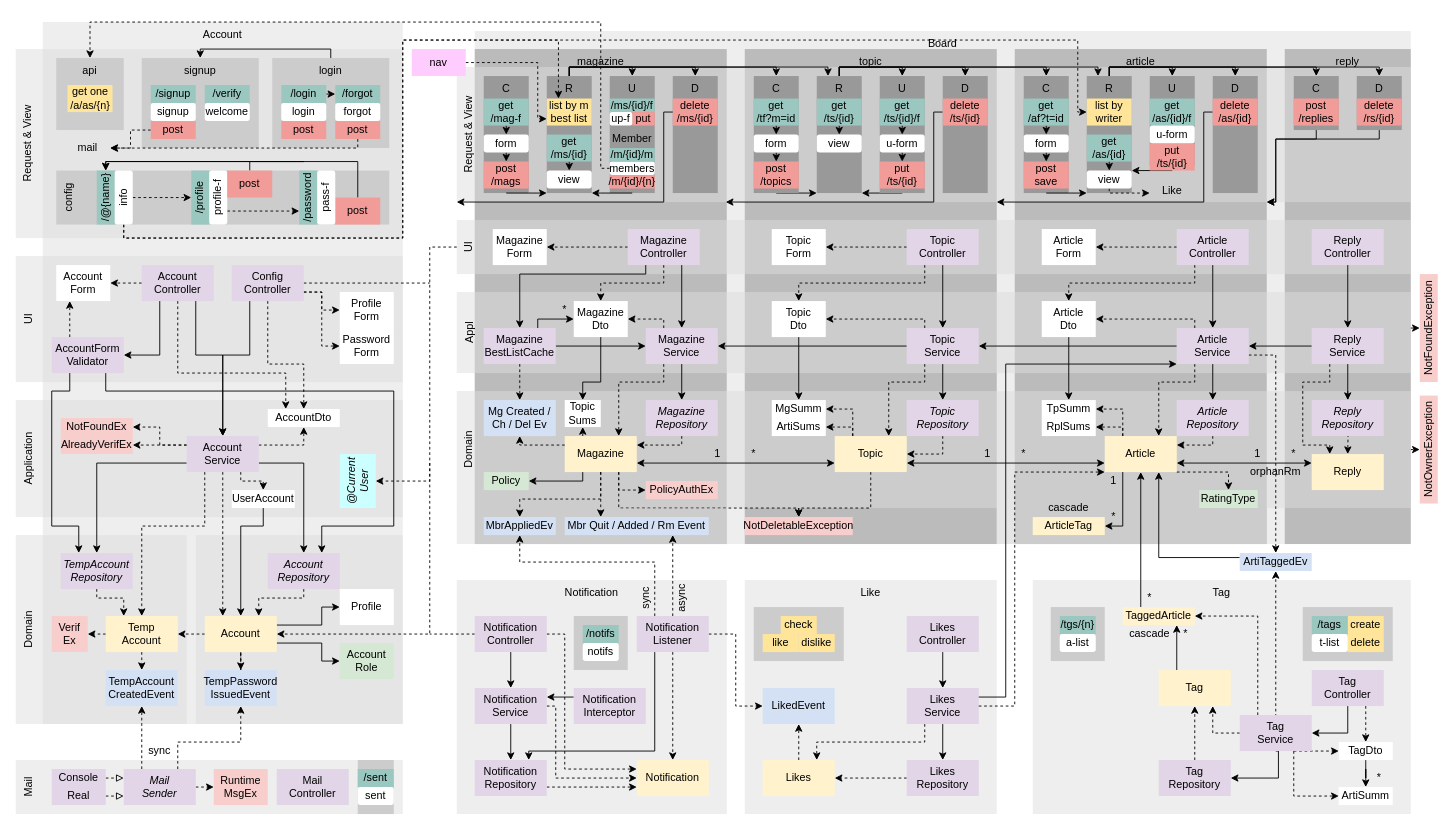
Above: diagram.drawio in suloginscene/dinner (draw.io), before the change. Source tidied: cells renumbered, new cells numbered last; positions are measured from the earlier drawing's top-left corner, leaving out a move shared by most shapes. Both pictures are drawn from the tidied source at 90%, with x=0, y=0 at pixel (15, 22).
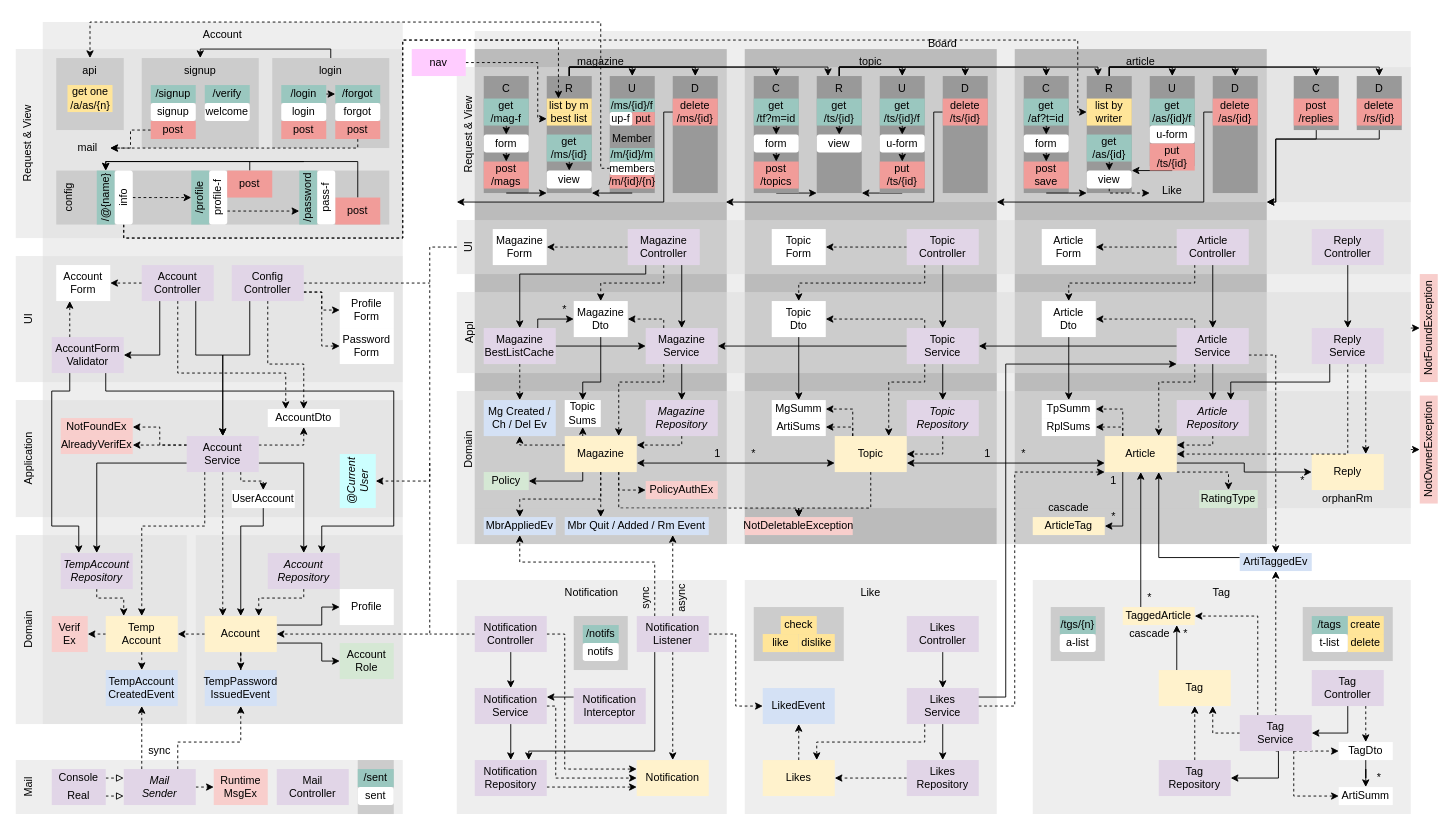
Above is the later version.

The change refers to these unchanged cells:
```xml
<mxCell id="161" value="Article&lt;br&gt;Service" style="rounded=0;whiteSpace=wrap;html=1;strokeColor=none;fillColor=#E1D5E7;" parent="1" vertex="1">
  <mxGeometry x="1290" y="340" width="80" height="40" as="geometry" />
</mxCell>
<mxCell id="163" value="&lt;span&gt;Article&lt;br&gt;&lt;/span&gt;Repository" style="rounded=0;whiteSpace=wrap;html=1;strokeColor=none;fontStyle=2;fillColor=#E1D5E7;" parent="1" vertex="1">
  <mxGeometry x="1290" y="420" width="80" height="40" as="geometry" />
</mxCell>
<mxCell id="168" value="Article" style="rounded=0;whiteSpace=wrap;html=1;strokeColor=none;fillColor=#FFF2CC;" parent="1" vertex="1">
  <mxGeometry x="1210" y="460" width="80" height="40" as="geometry" />
</mxCell>
<mxCell id="224" value="Reply" style="rounded=0;whiteSpace=wrap;html=1;strokeColor=none;fillColor=#FFF2CC;" parent="1" vertex="1">
  <mxGeometry x="1440" y="480" width="80" height="40" as="geometry" />
</mxCell>
<mxCell id="233" value="Reply&lt;br&gt;Service" style="rounded=0;whiteSpace=wrap;html=1;strokeColor=none;fillColor=#E1D5E7;" parent="1" vertex="1">
  <mxGeometry x="1440" y="340" width="80" height="40" as="geometry" />
</mxCell>
```

What changed in the source:
```diff
@@
-    <mxCell id="3" value="reply" style="rounded=0;whiteSpace=wrap;html=1;verticalAlign=top;strokeColor=none;fillColor=#BBBBBB;" parent="1" vertex="1">
-      <mxGeometry x="1410" y="30" width="140" height="550" as="geometry" />
-    </mxCell>
@@
+    <mxCell id="393" style="edgeStyle=orthogonalEdgeStyle;rounded=0;jettySize=auto;html=1;exitX=1;exitY=0.75;exitDx=0;exitDy=0;startArrow=none;startFill=0;" parent="1" edge="1" source="168" target="224">
+      <mxGeometry relative="1" as="geometry" />
+    </mxCell>
@@
-    <mxCell id="223" style="edgeStyle=orthogonalEdgeStyle;rounded=0;jettySize=auto;html=1;exitX=0;exitY=0.25;exitDx=0;exitDy=0;entryX=1;entryY=0.75;entryDx=0;entryDy=0;startArrow=classic;startFill=1;" parent="1" edge="1" source="224" target="168">
-      <mxGeometry relative="1" as="geometry" />
-    </mxCell>
@@
-    <mxCell id="225" style="edgeStyle=orthogonalEdgeStyle;rounded=0;jettySize=auto;html=1;exitX=0.5;exitY=1;exitDx=0;exitDy=0;entryX=0.5;entryY=0;entryDx=0;entryDy=0;dashed=1;" parent="1" edge="1" target="224">
-      <mxGeometry relative="1" as="geometry">
-        <mxPoint x="1480" y="410" as="sourcePoint" />
-      </mxGeometry>
-    </mxCell>
-    <mxCell id="226" value="&lt;span&gt;Reply&lt;br&gt;&lt;/span&gt;Repository" style="rounded=0;whiteSpace=wrap;html=1;strokeColor=none;fontStyle=2;fillColor=#E1D5E7;" parent="1" vertex="1">
-      <mxGeometry x="1440" y="420" width="80" height="40" as="geometry" />
-    </mxCell>
     <mxCell id="227" value="*" style="rounded=1;whiteSpace=wrap;html=1;strokeColor=none;fillColor=none;" parent="1" vertex="1">
-      <mxGeometry x="1410" y="470" width="20" height="20" as="geometry" />
+      <mxGeometry x="1420" y="500" width="20" height="20" as="geometry" />
     </mxCell>
@@
-    <mxCell id="230" style="edgeStyle=orthogonalEdgeStyle;rounded=0;jettySize=auto;html=1;exitX=0.5;exitY=1;exitDx=0;exitDy=0;" parent="1" edge="1" source="233" target="226">
-      <mxGeometry relative="1" as="geometry" />
-    </mxCell>
-    <mxCell id="231" style="edgeStyle=orthogonalEdgeStyle;rounded=0;jettySize=auto;html=1;exitX=0;exitY=0.5;exitDx=0;exitDy=0;entryX=1;entryY=0.5;entryDx=0;entryDy=0;" parent="1" edge="1" source="233" target="161">
-      <mxGeometry relative="1" as="geometry" />
+    <mxCell id="231" style="edgeStyle=orthogonalEdgeStyle;rounded=0;jettySize=auto;html=1;exitX=0.25;exitY=1;exitDx=0;exitDy=0;entryX=0.75;entryY=0;entryDx=0;entryDy=0;" parent="1" edge="1" source="233" target="163">
+      <mxGeometry relative="1" as="geometry">
+        <Array as="points">
+          <mxPoint x="1460" y="400" />
+          <mxPoint x="1350" y="400" />
+        </Array>
+      </mxGeometry>
     </mxCell>
-    <mxCell id="232" style="edgeStyle=orthogonalEdgeStyle;rounded=0;jettySize=auto;html=1;exitX=0.25;exitY=1;exitDx=0;exitDy=0;entryX=0.25;entryY=0;entryDx=0;entryDy=0;dashed=1;" parent="1" edge="1" source="233" target="224">
+    <mxCell id="232" style="edgeStyle=orthogonalEdgeStyle;rounded=0;jettySize=auto;html=1;exitX=0.75;exitY=1;exitDx=0;exitDy=0;entryX=0.75;entryY=0;entryDx=0;entryDy=0;dashed=1;" parent="1" edge="1" source="233" target="224">
       <mxGeometry relative="1" as="geometry">
         <Array as="points">
-          <mxPoint x="1460" y="400" />
-          <mxPoint x="1430" y="400" />
-          <mxPoint x="1430" y="470" />
-          <mxPoint x="1460" y="470" />
+          <mxPoint x="1500" y="430" />
+          <mxPoint x="1500" y="430" />
         </Array>
       </mxGeometry>
     </mxCell>
+    <mxCell id="394" style="edgeStyle=orthogonalEdgeStyle;rounded=0;jettySize=auto;html=1;exitX=0.5;exitY=1;exitDx=0;exitDy=0;entryX=1;entryY=0.5;entryDx=0;entryDy=0;dashed=1;" parent="1" edge="1" source="233" target="168">
+      <mxGeometry relative="1" as="geometry" />
+    </mxCell>
@@
-    <mxCell id="251" value="1" style="rounded=1;whiteSpace=wrap;html=1;strokeColor=none;fillColor=none;" parent="1" vertex="1">
-      <mxGeometry x="1370" y="470" width="20" height="20" as="geometry" />
-    </mxCell>
@@
     <mxCell id="280" value="orphanRm" style="rounded=1;whiteSpace=wrap;html=1;strokeColor=none;fillColor=none;" parent="1" vertex="1">
-      <mxGeometry x="1360" y="490" width="80" height="20" as="geometry" />
+      <mxGeometry x="1440" y="520" width="80" height="20" as="geometry" />
     </mxCell>
```
